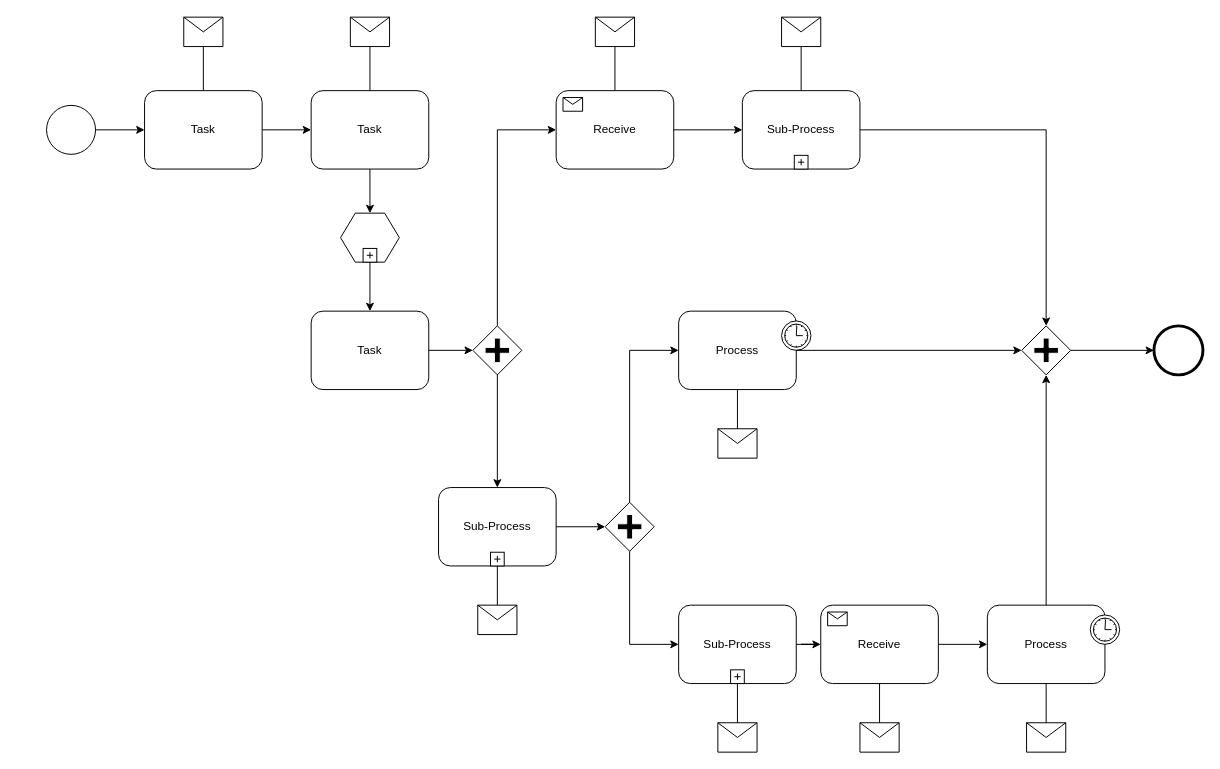
412045-Carabelli/msi-bpmn-1 keeps this draw.io diagram as Diagrama sin título.drawio. Above is the earlier version. Source tidied: cells renumbered, new cells numbered last; positions are measured from the earlier drawing's top-left corner, leaving out a move shared by most shapes. Both pictures are drawn from the tidied source at 98%, with x=0, y=0 at pixel (46, 17).
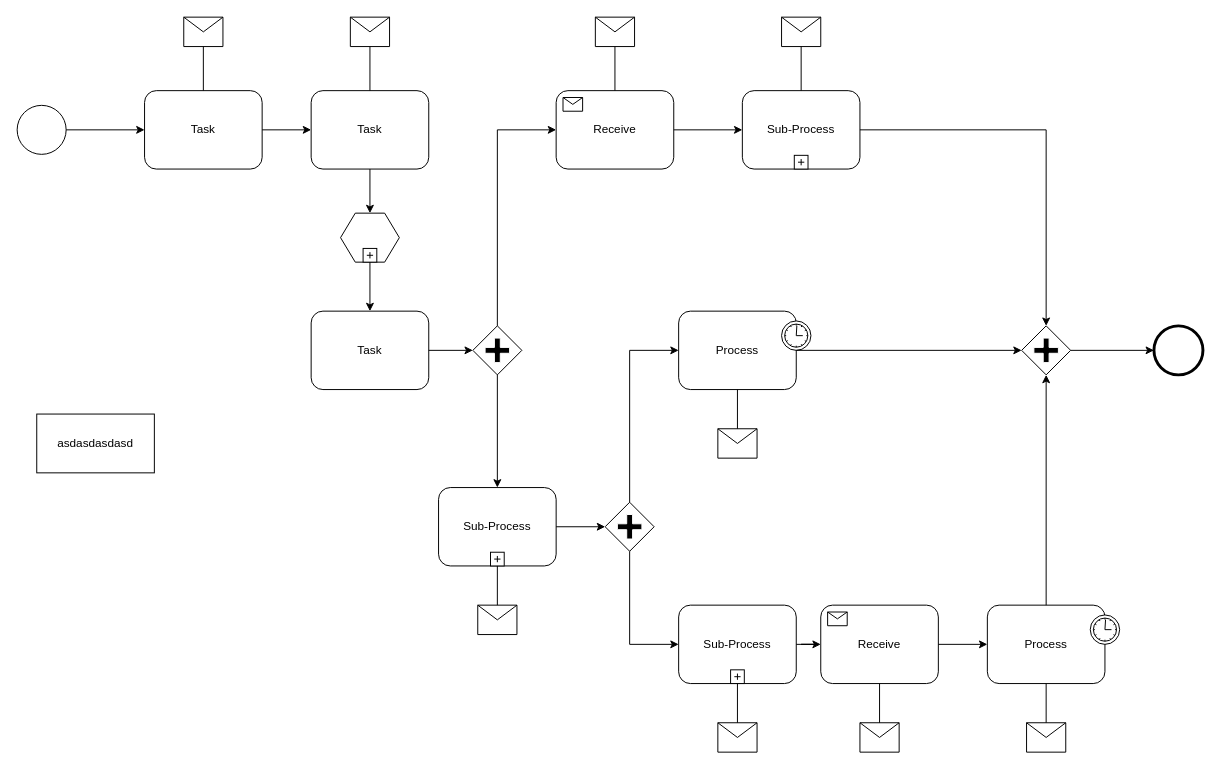
Above is the later version.

What changed in the source:
```diff
@@
     <mxCell id="2" style="shape=mxgraph.bpmn.shape;html=1;verticalLabelPosition=bottom;labelBackgroundColor=#ffffff;verticalAlign=top;perimeter=ellipsePerimeter;outline=standard;symbol=general;" parent="1" vertex="1">
-      <mxGeometry y="90" width="50" height="50" as="geometry" />
+      <mxGeometry x="-30" y="90" width="50" height="50" as="geometry" />
     </mxCell>
@@
+    <mxCell id="61" value="asdasdasdasd" style="rounded=0;whiteSpace=wrap;html=1;" parent="1" vertex="1">
+      <mxGeometry x="-10" y="405" width="120" height="60" as="geometry" />
+    </mxCell>
```
